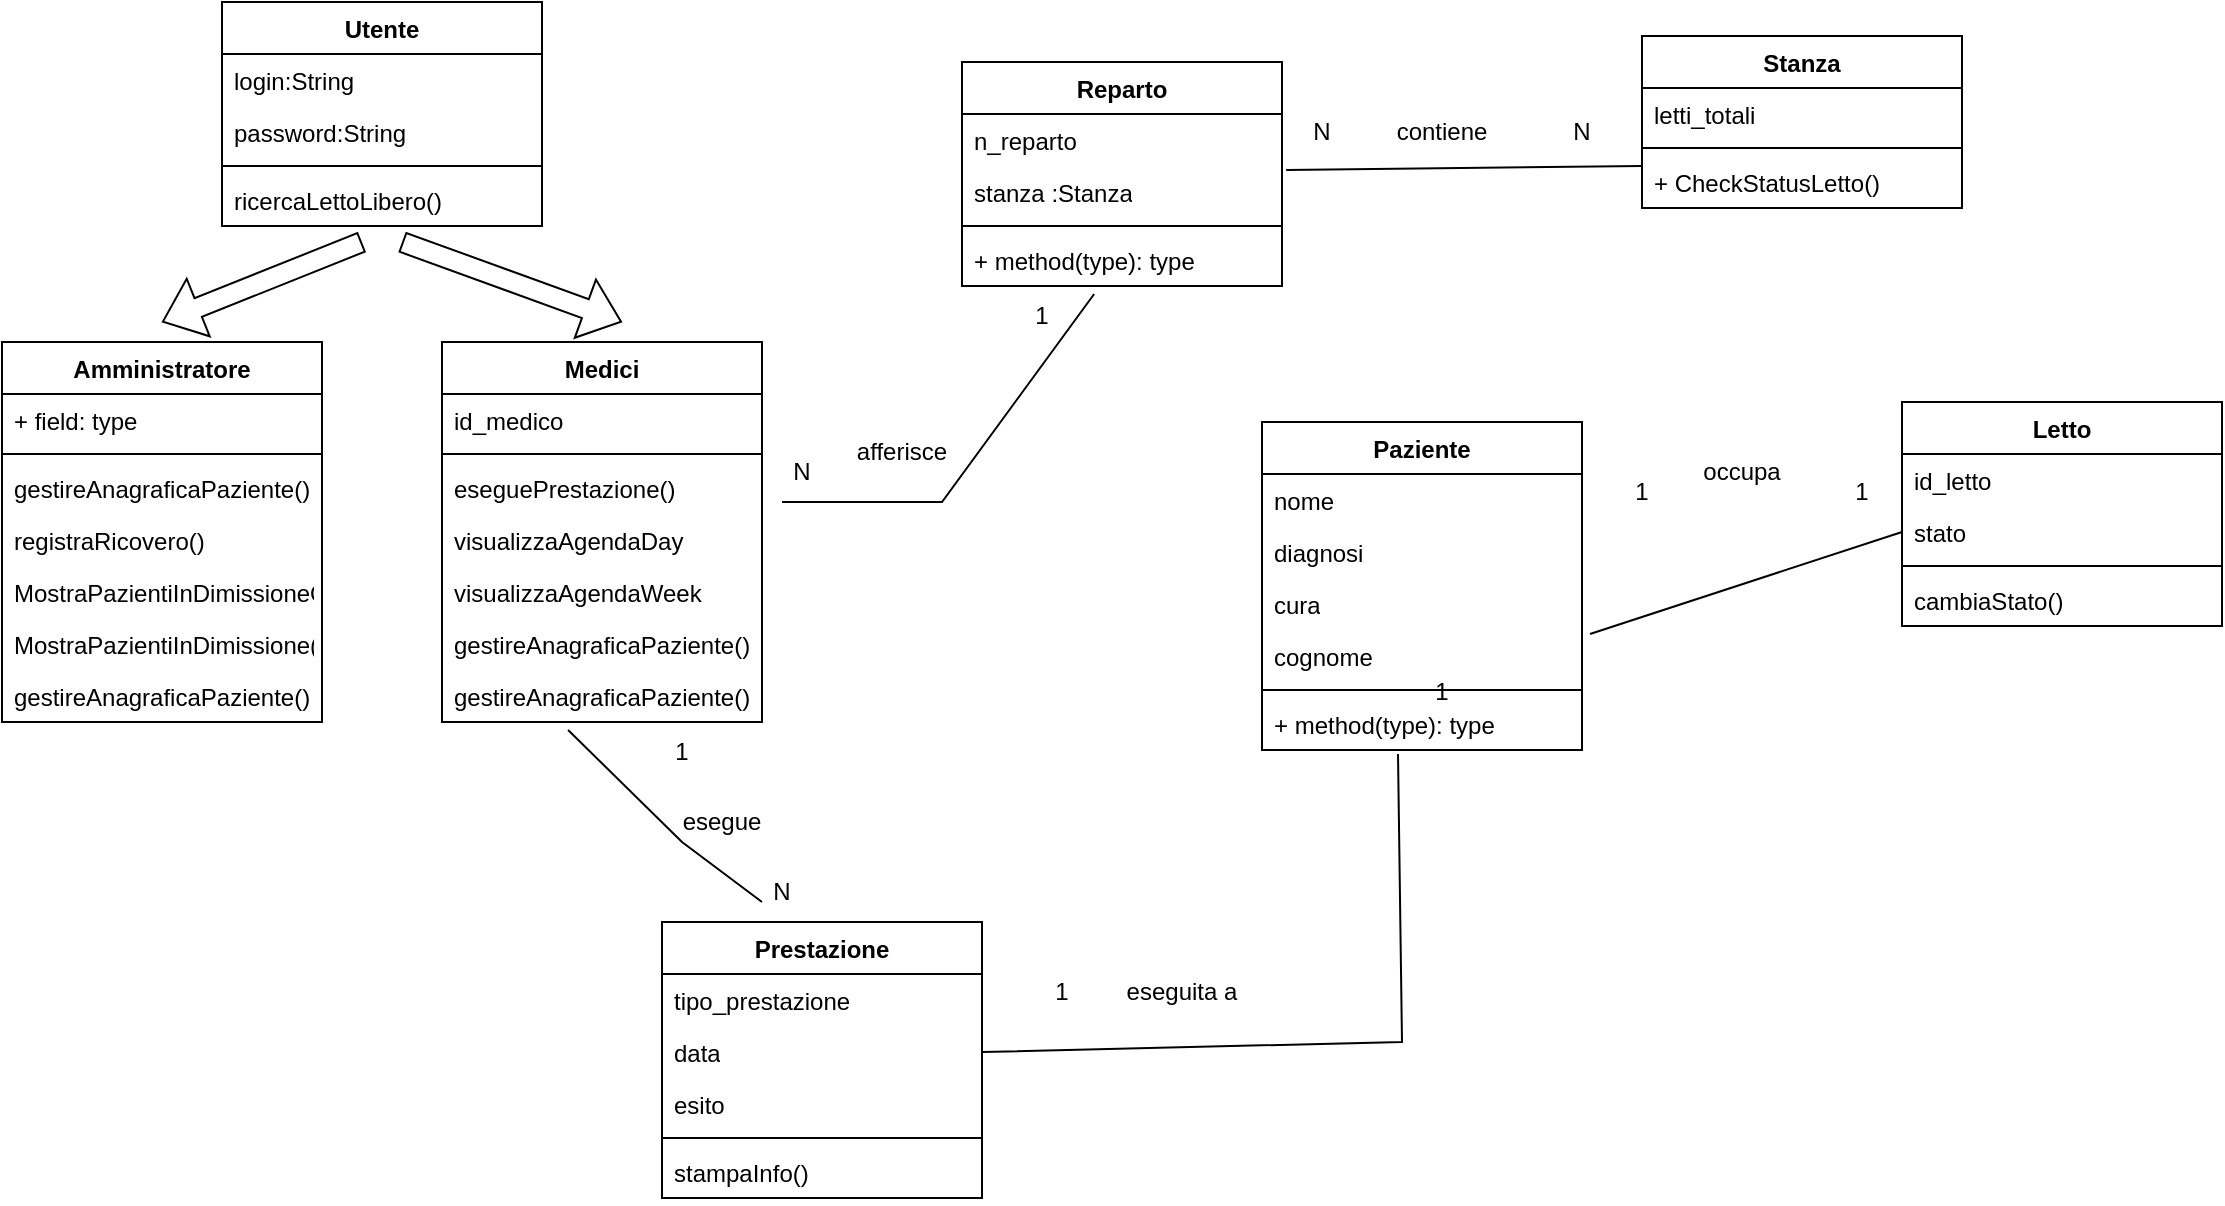
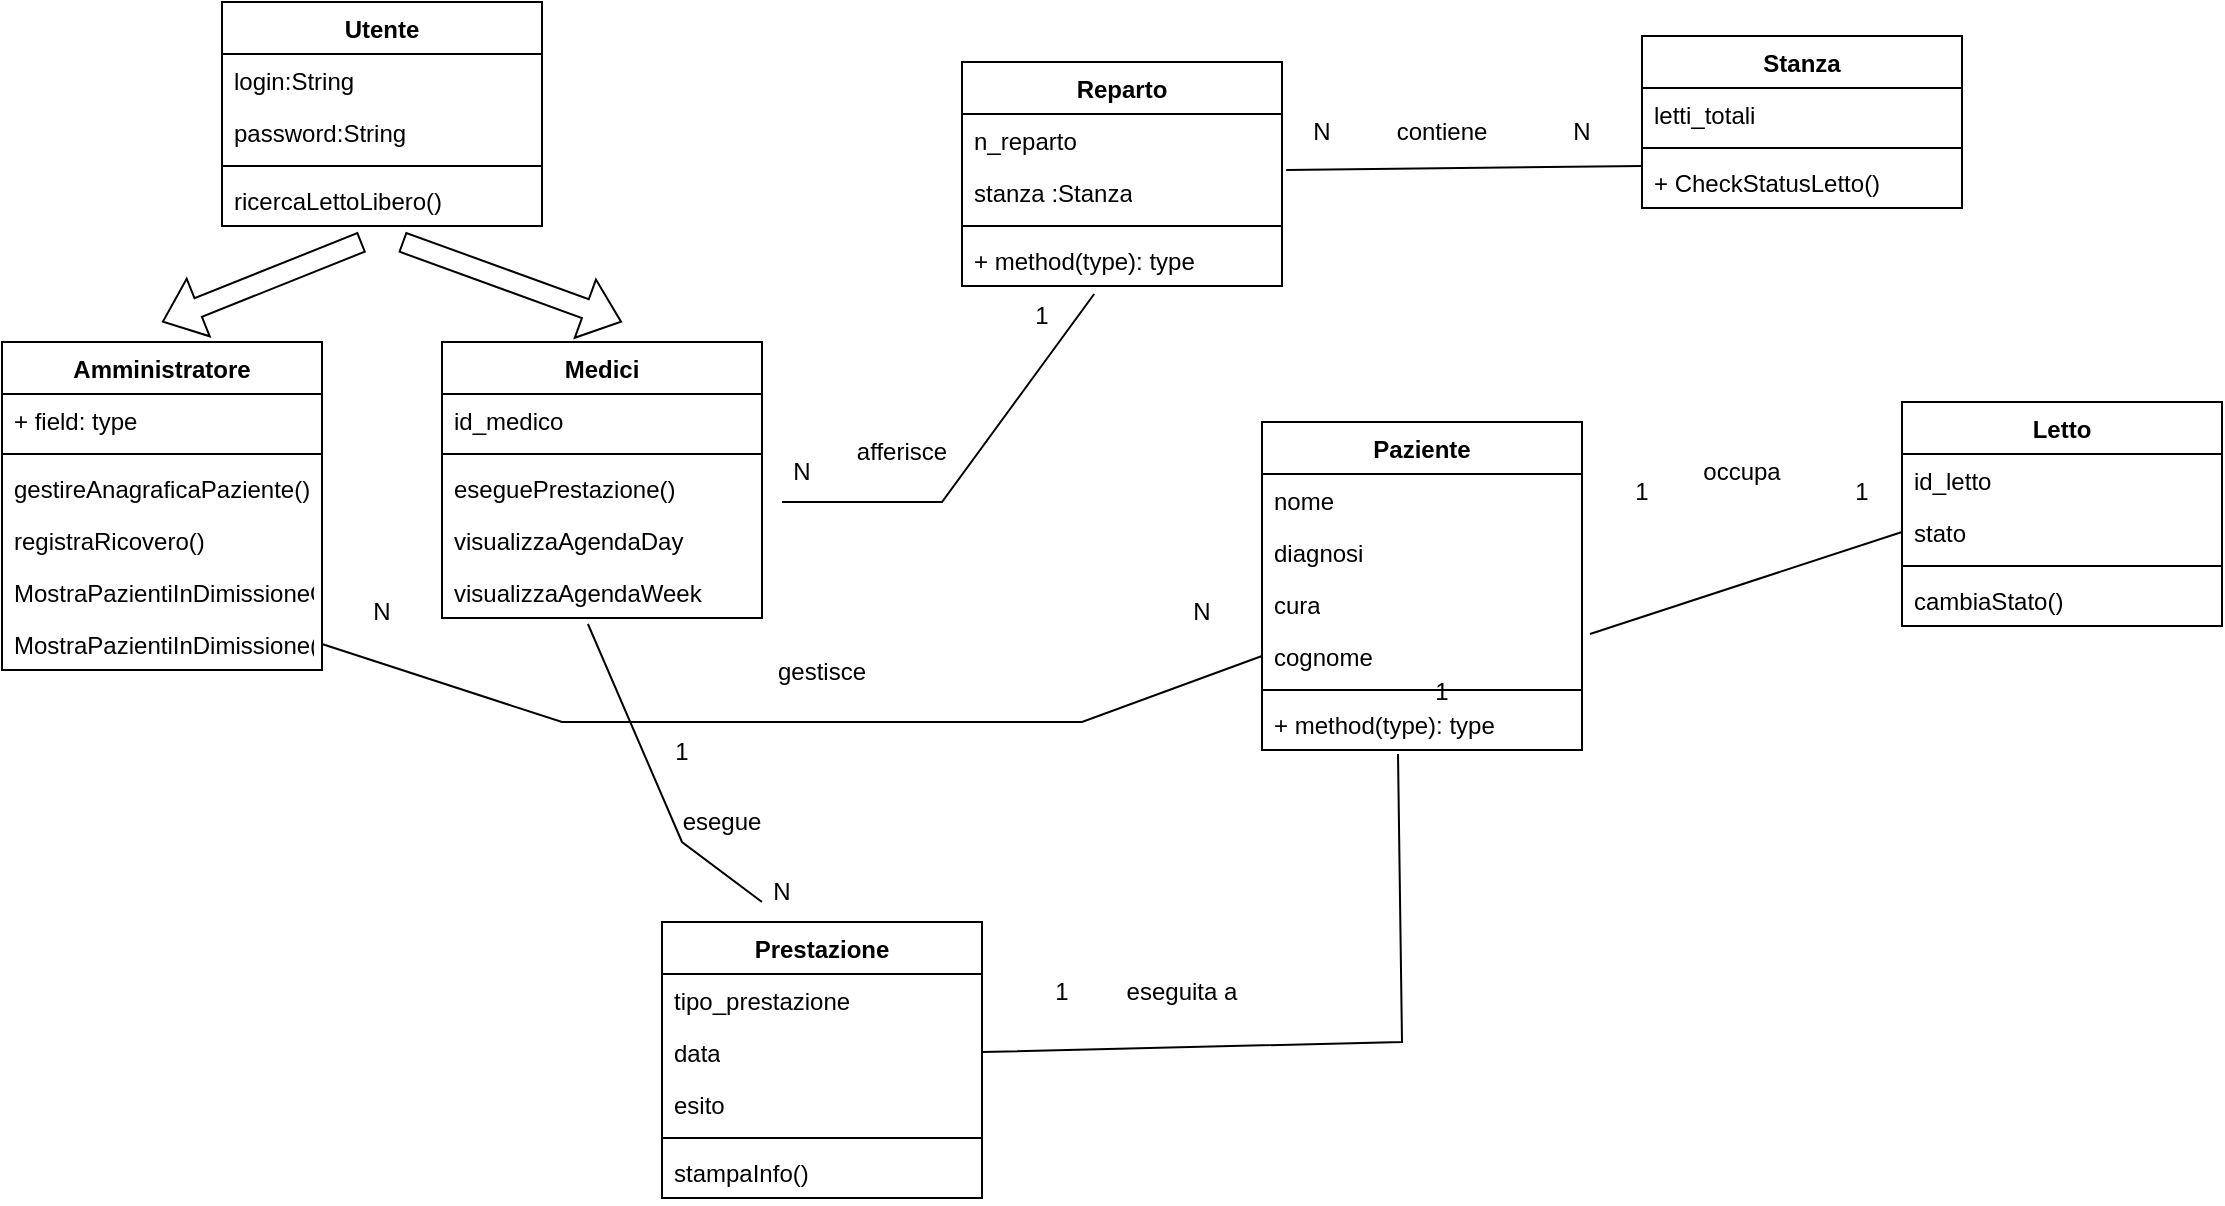
<mxfile host="app.diagrams.net">
  <diagram name="Pagina-1" id="yFg6rTEwfc18b7MsXB0f">
    <mxGraphModel dx="2881" dy="1137" grid="1" gridSize="10" guides="1" tooltips="1" connect="1" arrows="1" fold="1" page="1" pageScale="1" pageWidth="827" pageHeight="1169" math="0" shadow="0">
      <root>
        <mxCell id="0" />
        <mxCell id="1" parent="0" />
        <mxCell id="QUQ0Wh656I_gp6s7Ilzq-1" parent="1" style="swimlane;fontStyle=1;align=center;verticalAlign=top;childLayout=stackLayout;horizontal=1;startSize=26;horizontalStack=0;resizeParent=1;resizeParentMax=0;resizeLast=0;collapsible=1;marginBottom=0;whiteSpace=wrap;html=1;" value="Utente" vertex="1">
          <mxGeometry height="112" width="160" x="-320" y="160" as="geometry" />
        </mxCell>
        <mxCell id="QUQ0Wh656I_gp6s7Ilzq-2" parent="QUQ0Wh656I_gp6s7Ilzq-1" style="text;strokeColor=none;fillColor=none;align=left;verticalAlign=top;spacingLeft=4;spacingRight=4;overflow=hidden;rotatable=0;points=[[0,0.5],[1,0.5]];portConstraint=eastwest;whiteSpace=wrap;html=1;" value="login:String" vertex="1">
          <mxGeometry height="26" width="160" y="26" as="geometry" />
        </mxCell>
        <mxCell id="QUQ0Wh656I_gp6s7Ilzq-29" parent="QUQ0Wh656I_gp6s7Ilzq-1" style="text;strokeColor=none;fillColor=none;align=left;verticalAlign=top;spacingLeft=4;spacingRight=4;overflow=hidden;rotatable=0;points=[[0,0.5],[1,0.5]];portConstraint=eastwest;whiteSpace=wrap;html=1;" value="password:String" vertex="1">
          <mxGeometry height="26" width="160" y="52" as="geometry" />
        </mxCell>
        <mxCell id="QUQ0Wh656I_gp6s7Ilzq-3" parent="QUQ0Wh656I_gp6s7Ilzq-1" style="line;strokeWidth=1;fillColor=none;align=left;verticalAlign=middle;spacingTop=-1;spacingLeft=3;spacingRight=3;rotatable=0;labelPosition=right;points=[];portConstraint=eastwest;strokeColor=inherit;" value="" vertex="1">
          <mxGeometry height="8" width="160" y="78" as="geometry" />
        </mxCell>
        <mxCell id="QUQ0Wh656I_gp6s7Ilzq-4" parent="QUQ0Wh656I_gp6s7Ilzq-1" style="text;strokeColor=none;fillColor=none;align=left;verticalAlign=top;spacingLeft=4;spacingRight=4;overflow=hidden;rotatable=0;points=[[0,0.5],[1,0.5]];portConstraint=eastwest;whiteSpace=wrap;html=1;" value="ricercaLettoLibero()" vertex="1">
          <mxGeometry height="26" width="160" y="86" as="geometry" />
        </mxCell>
        <mxCell id="QUQ0Wh656I_gp6s7Ilzq-5" parent="1" style="swimlane;fontStyle=1;align=center;verticalAlign=top;childLayout=stackLayout;horizontal=1;startSize=26;horizontalStack=0;resizeParent=1;resizeParentMax=0;resizeLast=0;collapsible=1;marginBottom=0;whiteSpace=wrap;html=1;" value="Letto" vertex="1">
          <mxGeometry height="112" width="160" x="520" y="360" as="geometry" />
        </mxCell>
        <mxCell id="QUQ0Wh656I_gp6s7Ilzq-6" parent="QUQ0Wh656I_gp6s7Ilzq-5" style="text;strokeColor=none;fillColor=none;align=left;verticalAlign=top;spacingLeft=4;spacingRight=4;overflow=hidden;rotatable=0;points=[[0,0.5],[1,0.5]];portConstraint=eastwest;whiteSpace=wrap;html=1;" value="id_letto" vertex="1">
          <mxGeometry height="26" width="160" y="26" as="geometry" />
        </mxCell>
        <mxCell id="QUQ0Wh656I_gp6s7Ilzq-71" parent="QUQ0Wh656I_gp6s7Ilzq-5" style="text;strokeColor=none;fillColor=none;align=left;verticalAlign=top;spacingLeft=4;spacingRight=4;overflow=hidden;rotatable=0;points=[[0,0.5],[1,0.5]];portConstraint=eastwest;whiteSpace=wrap;html=1;" value="stato" vertex="1">
          <mxGeometry height="26" width="160" y="52" as="geometry" />
        </mxCell>
        <mxCell id="QUQ0Wh656I_gp6s7Ilzq-7" parent="QUQ0Wh656I_gp6s7Ilzq-5" style="line;strokeWidth=1;fillColor=none;align=left;verticalAlign=middle;spacingTop=-1;spacingLeft=3;spacingRight=3;rotatable=0;labelPosition=right;points=[];portConstraint=eastwest;strokeColor=inherit;" value="" vertex="1">
          <mxGeometry height="8" width="160" y="78" as="geometry" />
        </mxCell>
        <mxCell id="QUQ0Wh656I_gp6s7Ilzq-8" parent="QUQ0Wh656I_gp6s7Ilzq-5" style="text;strokeColor=none;fillColor=none;align=left;verticalAlign=top;spacingLeft=4;spacingRight=4;overflow=hidden;rotatable=0;points=[[0,0.5],[1,0.5]];portConstraint=eastwest;whiteSpace=wrap;html=1;" value="cambiaStato()" vertex="1">
          <mxGeometry height="26" width="160" y="86" as="geometry" />
        </mxCell>
        <mxCell id="QUQ0Wh656I_gp6s7Ilzq-13" parent="1" style="swimlane;fontStyle=1;align=center;verticalAlign=top;childLayout=stackLayout;horizontal=1;startSize=26;horizontalStack=0;resizeParent=1;resizeParentMax=0;resizeLast=0;collapsible=1;marginBottom=0;whiteSpace=wrap;html=1;" value="Stanza" vertex="1">
          <mxGeometry height="86" width="160" x="390" y="177" as="geometry" />
        </mxCell>
        <mxCell id="QUQ0Wh656I_gp6s7Ilzq-14" parent="QUQ0Wh656I_gp6s7Ilzq-13" style="text;strokeColor=none;fillColor=none;align=left;verticalAlign=top;spacingLeft=4;spacingRight=4;overflow=hidden;rotatable=0;points=[[0,0.5],[1,0.5]];portConstraint=eastwest;whiteSpace=wrap;html=1;" value="letti_totali" vertex="1">
          <mxGeometry height="26" width="160" y="26" as="geometry" />
        </mxCell>
        <mxCell id="QUQ0Wh656I_gp6s7Ilzq-15" parent="QUQ0Wh656I_gp6s7Ilzq-13" style="line;strokeWidth=1;fillColor=none;align=left;verticalAlign=middle;spacingTop=-1;spacingLeft=3;spacingRight=3;rotatable=0;labelPosition=right;points=[];portConstraint=eastwest;strokeColor=inherit;" value="" vertex="1">
          <mxGeometry height="8" width="160" y="52" as="geometry" />
        </mxCell>
        <mxCell id="QUQ0Wh656I_gp6s7Ilzq-16" parent="QUQ0Wh656I_gp6s7Ilzq-13" style="text;strokeColor=none;fillColor=none;align=left;verticalAlign=top;spacingLeft=4;spacingRight=4;overflow=hidden;rotatable=0;points=[[0,0.5],[1,0.5]];portConstraint=eastwest;whiteSpace=wrap;html=1;" value="+ CheckStatusLetto()" vertex="1">
          <mxGeometry height="26" width="160" y="60" as="geometry" />
        </mxCell>
        <mxCell id="QUQ0Wh656I_gp6s7Ilzq-17" parent="1" style="swimlane;fontStyle=1;align=center;verticalAlign=top;childLayout=stackLayout;horizontal=1;startSize=26;horizontalStack=0;resizeParent=1;resizeParentMax=0;resizeLast=0;collapsible=1;marginBottom=0;whiteSpace=wrap;html=1;" value="Reparto" vertex="1">
          <mxGeometry height="112" width="160" x="50" y="190" as="geometry" />
        </mxCell>
        <mxCell id="QUQ0Wh656I_gp6s7Ilzq-18" parent="QUQ0Wh656I_gp6s7Ilzq-17" style="text;strokeColor=none;fillColor=none;align=left;verticalAlign=top;spacingLeft=4;spacingRight=4;overflow=hidden;rotatable=0;points=[[0,0.5],[1,0.5]];portConstraint=eastwest;whiteSpace=wrap;html=1;" value="n_reparto" vertex="1">
          <mxGeometry height="26" width="160" y="26" as="geometry" />
        </mxCell>
        <mxCell id="QUQ0Wh656I_gp6s7Ilzq-57" parent="QUQ0Wh656I_gp6s7Ilzq-17" style="text;strokeColor=none;fillColor=none;align=left;verticalAlign=top;spacingLeft=4;spacingRight=4;overflow=hidden;rotatable=0;points=[[0,0.5],[1,0.5]];portConstraint=eastwest;whiteSpace=wrap;html=1;" value="stanza :Stanza" vertex="1">
          <mxGeometry height="26" width="160" y="52" as="geometry" />
        </mxCell>
        <mxCell id="QUQ0Wh656I_gp6s7Ilzq-19" parent="QUQ0Wh656I_gp6s7Ilzq-17" style="line;strokeWidth=1;fillColor=none;align=left;verticalAlign=middle;spacingTop=-1;spacingLeft=3;spacingRight=3;rotatable=0;labelPosition=right;points=[];portConstraint=eastwest;strokeColor=inherit;" value="" vertex="1">
          <mxGeometry height="8" width="160" y="78" as="geometry" />
        </mxCell>
        <mxCell id="QUQ0Wh656I_gp6s7Ilzq-20" parent="QUQ0Wh656I_gp6s7Ilzq-17" style="text;strokeColor=none;fillColor=none;align=left;verticalAlign=top;spacingLeft=4;spacingRight=4;overflow=hidden;rotatable=0;points=[[0,0.5],[1,0.5]];portConstraint=eastwest;whiteSpace=wrap;html=1;" value="+ method(type): type" vertex="1">
          <mxGeometry height="26" width="160" y="86" as="geometry" />
        </mxCell>
        <mxCell id="QUQ0Wh656I_gp6s7Ilzq-21" parent="1" style="swimlane;fontStyle=1;align=center;verticalAlign=top;childLayout=stackLayout;horizontal=1;startSize=26;horizontalStack=0;resizeParent=1;resizeParentMax=0;resizeLast=0;collapsible=1;marginBottom=0;whiteSpace=wrap;html=1;" value="Amministratore" vertex="1">
-           <mxGeometry height="190" width="160" x="-430" y="330" as="geometry" />
+           <mxGeometry height="164" width="160" x="-430" y="330" as="geometry" />
        </mxCell>
        <mxCell id="QUQ0Wh656I_gp6s7Ilzq-22" parent="QUQ0Wh656I_gp6s7Ilzq-21" style="text;strokeColor=none;fillColor=none;align=left;verticalAlign=top;spacingLeft=4;spacingRight=4;overflow=hidden;rotatable=0;points=[[0,0.5],[1,0.5]];portConstraint=eastwest;whiteSpace=wrap;html=1;" value="+ field: type" vertex="1">
          <mxGeometry height="26" width="160" y="26" as="geometry" />
        </mxCell>
        <mxCell id="QUQ0Wh656I_gp6s7Ilzq-23" parent="QUQ0Wh656I_gp6s7Ilzq-21" style="line;strokeWidth=1;fillColor=none;align=left;verticalAlign=middle;spacingTop=-1;spacingLeft=3;spacingRight=3;rotatable=0;labelPosition=right;points=[];portConstraint=eastwest;strokeColor=inherit;" value="" vertex="1">
          <mxGeometry height="8" width="160" y="52" as="geometry" />
        </mxCell>
        <mxCell id="QUQ0Wh656I_gp6s7Ilzq-24" parent="QUQ0Wh656I_gp6s7Ilzq-21" style="text;strokeColor=none;fillColor=none;align=left;verticalAlign=top;spacingLeft=4;spacingRight=4;overflow=hidden;rotatable=0;points=[[0,0.5],[1,0.5]];portConstraint=eastwest;whiteSpace=wrap;html=1;" value="gestireAnagraficaPaziente()" vertex="1">
          <mxGeometry height="26" width="160" y="60" as="geometry" />
        </mxCell>
        <mxCell id="QUQ0Wh656I_gp6s7Ilzq-39" parent="QUQ0Wh656I_gp6s7Ilzq-21" style="text;strokeColor=none;fillColor=none;align=left;verticalAlign=top;spacingLeft=4;spacingRight=4;overflow=hidden;rotatable=0;points=[[0,0.5],[1,0.5]];portConstraint=eastwest;whiteSpace=wrap;html=1;" value="registraRicovero()" vertex="1">
          <mxGeometry height="26" width="160" y="86" as="geometry" />
        </mxCell>
        <mxCell id="QUQ0Wh656I_gp6s7Ilzq-40" parent="QUQ0Wh656I_gp6s7Ilzq-21" style="text;strokeColor=none;fillColor=none;align=left;verticalAlign=top;spacingLeft=4;spacingRight=4;overflow=hidden;rotatable=0;points=[[0,0.5],[1,0.5]];portConstraint=eastwest;whiteSpace=wrap;html=1;" value="MostraPazientiInDimissioneOggi()" vertex="1">
          <mxGeometry height="26" width="160" y="112" as="geometry" />
        </mxCell>
        <mxCell id="QUQ0Wh656I_gp6s7Ilzq-41" parent="QUQ0Wh656I_gp6s7Ilzq-21" style="text;strokeColor=none;fillColor=none;align=left;verticalAlign=top;spacingLeft=4;spacingRight=4;overflow=hidden;rotatable=0;points=[[0,0.5],[1,0.5]];portConstraint=eastwest;whiteSpace=wrap;html=1;" value="MostraPazientiInDimissione()" vertex="1">
          <mxGeometry height="26" width="160" y="138" as="geometry" />
        </mxCell>
-         <mxCell id="QUQ0Wh656I_gp6s7Ilzq-42" parent="QUQ0Wh656I_gp6s7Ilzq-21" style="text;strokeColor=none;fillColor=none;align=left;verticalAlign=top;spacingLeft=4;spacingRight=4;overflow=hidden;rotatable=0;points=[[0,0.5],[1,0.5]];portConstraint=eastwest;whiteSpace=wrap;html=1;" value="gestireAnagraficaPaziente()" vertex="1">
-           <mxGeometry height="26" width="160" y="164" as="geometry" />
-         </mxCell>
        <mxCell id="QUQ0Wh656I_gp6s7Ilzq-31" edge="1" parent="1" style="shape=flexArrow;endArrow=classic;html=1;rounded=0;" value="">
          <mxGeometry height="50" relative="1" width="50" as="geometry">
            <mxPoint x="-250" y="280" as="sourcePoint" />
            <mxPoint x="-350" y="320" as="targetPoint" />
          </mxGeometry>
        </mxCell>
        <mxCell id="QUQ0Wh656I_gp6s7Ilzq-32" edge="1" parent="1" style="shape=flexArrow;endArrow=classic;html=1;rounded=0;" value="">
          <mxGeometry height="50" relative="1" width="50" as="geometry">
            <mxPoint x="-230" y="280" as="sourcePoint" />
            <mxPoint x="-120" y="320" as="targetPoint" />
          </mxGeometry>
        </mxCell>
        <mxCell id="QUQ0Wh656I_gp6s7Ilzq-43" parent="1" style="swimlane;fontStyle=1;align=center;verticalAlign=top;childLayout=stackLayout;horizontal=1;startSize=26;horizontalStack=0;resizeParent=1;resizeParentMax=0;resizeLast=0;collapsible=1;marginBottom=0;whiteSpace=wrap;html=1;" value="Medici" vertex="1">
-           <mxGeometry height="190" width="160" x="-210" y="330" as="geometry" />
+           <mxGeometry height="138" width="160" x="-210" y="330" as="geometry" />
        </mxCell>
        <mxCell id="QUQ0Wh656I_gp6s7Ilzq-44" parent="QUQ0Wh656I_gp6s7Ilzq-43" style="text;strokeColor=none;fillColor=none;align=left;verticalAlign=top;spacingLeft=4;spacingRight=4;overflow=hidden;rotatable=0;points=[[0,0.5],[1,0.5]];portConstraint=eastwest;whiteSpace=wrap;html=1;" value="id_medico" vertex="1">
          <mxGeometry height="26" width="160" y="26" as="geometry" />
        </mxCell>
        <mxCell id="QUQ0Wh656I_gp6s7Ilzq-45" parent="QUQ0Wh656I_gp6s7Ilzq-43" style="line;strokeWidth=1;fillColor=none;align=left;verticalAlign=middle;spacingTop=-1;spacingLeft=3;spacingRight=3;rotatable=0;labelPosition=right;points=[];portConstraint=eastwest;strokeColor=inherit;" value="" vertex="1">
          <mxGeometry height="8" width="160" y="52" as="geometry" />
        </mxCell>
        <mxCell id="QUQ0Wh656I_gp6s7Ilzq-46" parent="QUQ0Wh656I_gp6s7Ilzq-43" style="text;strokeColor=none;fillColor=none;align=left;verticalAlign=top;spacingLeft=4;spacingRight=4;overflow=hidden;rotatable=0;points=[[0,0.5],[1,0.5]];portConstraint=eastwest;whiteSpace=wrap;html=1;" value="eseguePrestazione()" vertex="1">
          <mxGeometry height="26" width="160" y="60" as="geometry" />
        </mxCell>
        <mxCell id="QUQ0Wh656I_gp6s7Ilzq-47" parent="QUQ0Wh656I_gp6s7Ilzq-43" style="text;strokeColor=none;fillColor=none;align=left;verticalAlign=top;spacingLeft=4;spacingRight=4;overflow=hidden;rotatable=0;points=[[0,0.5],[1,0.5]];portConstraint=eastwest;whiteSpace=wrap;html=1;" value="visualizzaAgendaDay" vertex="1">
          <mxGeometry height="26" width="160" y="86" as="geometry" />
        </mxCell>
        <mxCell id="QUQ0Wh656I_gp6s7Ilzq-48" parent="QUQ0Wh656I_gp6s7Ilzq-43" style="text;strokeColor=none;fillColor=none;align=left;verticalAlign=top;spacingLeft=4;spacingRight=4;overflow=hidden;rotatable=0;points=[[0,0.5],[1,0.5]];portConstraint=eastwest;whiteSpace=wrap;html=1;" value="visualizzaAgendaWeek" vertex="1">
          <mxGeometry height="26" width="160" y="112" as="geometry" />
        </mxCell>
-         <mxCell id="QUQ0Wh656I_gp6s7Ilzq-49" parent="QUQ0Wh656I_gp6s7Ilzq-43" style="text;strokeColor=none;fillColor=none;align=left;verticalAlign=top;spacingLeft=4;spacingRight=4;overflow=hidden;rotatable=0;points=[[0,0.5],[1,0.5]];portConstraint=eastwest;whiteSpace=wrap;html=1;" value="gestireAnagraficaPaziente()" vertex="1">
-           <mxGeometry height="26" width="160" y="138" as="geometry" />
-         </mxCell>
-         <mxCell id="QUQ0Wh656I_gp6s7Ilzq-50" parent="QUQ0Wh656I_gp6s7Ilzq-43" style="text;strokeColor=none;fillColor=none;align=left;verticalAlign=top;spacingLeft=4;spacingRight=4;overflow=hidden;rotatable=0;points=[[0,0.5],[1,0.5]];portConstraint=eastwest;whiteSpace=wrap;html=1;" value="gestireAnagraficaPaziente()" vertex="1">
-           <mxGeometry height="26" width="160" y="164" as="geometry" />
-         </mxCell>
        <mxCell id="QUQ0Wh656I_gp6s7Ilzq-52" parent="1" style="swimlane;fontStyle=1;align=center;verticalAlign=top;childLayout=stackLayout;horizontal=1;startSize=26;horizontalStack=0;resizeParent=1;resizeParentMax=0;resizeLast=0;collapsible=1;marginBottom=0;whiteSpace=wrap;html=1;" value="Paziente" vertex="1">
          <mxGeometry height="164" width="160" x="200" y="370" as="geometry" />
        </mxCell>
        <mxCell id="QUQ0Wh656I_gp6s7Ilzq-91" parent="QUQ0Wh656I_gp6s7Ilzq-52" style="text;strokeColor=none;fillColor=none;align=left;verticalAlign=top;spacingLeft=4;spacingRight=4;overflow=hidden;rotatable=0;points=[[0,0.5],[1,0.5]];portConstraint=eastwest;whiteSpace=wrap;html=1;" value="nome" vertex="1">
          <mxGeometry height="26" width="160" y="26" as="geometry" />
        </mxCell>
        <mxCell id="QUQ0Wh656I_gp6s7Ilzq-92" parent="QUQ0Wh656I_gp6s7Ilzq-52" style="text;strokeColor=none;fillColor=none;align=left;verticalAlign=top;spacingLeft=4;spacingRight=4;overflow=hidden;rotatable=0;points=[[0,0.5],[1,0.5]];portConstraint=eastwest;whiteSpace=wrap;html=1;" value="diagnosi" vertex="1">
          <mxGeometry height="26" width="160" y="52" as="geometry" />
        </mxCell>
        <mxCell id="QUQ0Wh656I_gp6s7Ilzq-53" parent="QUQ0Wh656I_gp6s7Ilzq-52" style="text;strokeColor=none;fillColor=none;align=left;verticalAlign=top;spacingLeft=4;spacingRight=4;overflow=hidden;rotatable=0;points=[[0,0.5],[1,0.5]];portConstraint=eastwest;whiteSpace=wrap;html=1;" value="cura" vertex="1">
          <mxGeometry height="26" width="160" y="78" as="geometry" />
        </mxCell>
        <mxCell id="QUQ0Wh656I_gp6s7Ilzq-54" parent="QUQ0Wh656I_gp6s7Ilzq-52" style="text;strokeColor=none;fillColor=none;align=left;verticalAlign=top;spacingLeft=4;spacingRight=4;overflow=hidden;rotatable=0;points=[[0,0.5],[1,0.5]];portConstraint=eastwest;whiteSpace=wrap;html=1;" value="cognome" vertex="1">
          <mxGeometry height="26" width="160" y="104" as="geometry" />
        </mxCell>
        <mxCell id="QUQ0Wh656I_gp6s7Ilzq-55" parent="QUQ0Wh656I_gp6s7Ilzq-52" style="line;strokeWidth=1;fillColor=none;align=left;verticalAlign=middle;spacingTop=-1;spacingLeft=3;spacingRight=3;rotatable=0;labelPosition=right;points=[];portConstraint=eastwest;strokeColor=inherit;" value="" vertex="1">
          <mxGeometry height="8" width="160" y="130" as="geometry" />
        </mxCell>
        <mxCell id="QUQ0Wh656I_gp6s7Ilzq-56" parent="QUQ0Wh656I_gp6s7Ilzq-52" style="text;strokeColor=none;fillColor=none;align=left;verticalAlign=top;spacingLeft=4;spacingRight=4;overflow=hidden;rotatable=0;points=[[0,0.5],[1,0.5]];portConstraint=eastwest;whiteSpace=wrap;html=1;" value="+ method(type): type" vertex="1">
          <mxGeometry height="26" width="160" y="138" as="geometry" />
        </mxCell>
        <mxCell id="QUQ0Wh656I_gp6s7Ilzq-62" edge="1" parent="1" style="endArrow=none;html=1;rounded=0;entryX=0.413;entryY=1.154;entryDx=0;entryDy=0;entryPerimeter=0;" target="QUQ0Wh656I_gp6s7Ilzq-20" value="">
          <mxGeometry height="50" relative="1" width="50" as="geometry">
            <Array as="points">
              <mxPoint x="40" y="410" />
            </Array>
            <mxPoint x="-40" y="410" as="sourcePoint" />
            <mxPoint x="40" y="260" as="targetPoint" />
          </mxGeometry>
        </mxCell>
        <mxCell id="QUQ0Wh656I_gp6s7Ilzq-63" parent="1" style="text;html=1;whiteSpace=wrap;strokeColor=none;fillColor=none;align=center;verticalAlign=middle;rounded=0;" value="afferisce" vertex="1">
          <mxGeometry height="30" width="60" x="-10" y="370" as="geometry" />
        </mxCell>
        <mxCell id="QUQ0Wh656I_gp6s7Ilzq-64" parent="1" style="text;html=1;whiteSpace=wrap;strokeColor=none;fillColor=none;align=center;verticalAlign=middle;rounded=0;" value="N" vertex="1">
          <mxGeometry height="30" width="60" x="-60" y="380" as="geometry" />
        </mxCell>
        <mxCell id="QUQ0Wh656I_gp6s7Ilzq-66" parent="1" style="text;html=1;whiteSpace=wrap;strokeColor=none;fillColor=none;align=center;verticalAlign=middle;rounded=0;" value="1" vertex="1">
          <mxGeometry height="30" width="60" x="60" y="302" as="geometry" />
        </mxCell>
        <mxCell id="QUQ0Wh656I_gp6s7Ilzq-67" edge="1" parent="1" source="QUQ0Wh656I_gp6s7Ilzq-57" style="endArrow=none;html=1;rounded=0;exitX=1.013;exitY=0.077;exitDx=0;exitDy=0;exitPerimeter=0;entryX=0;entryY=0.5;entryDx=0;entryDy=0;" value="">
          <mxGeometry height="50" relative="1" width="50" as="geometry">
            <mxPoint x="390" y="610" as="sourcePoint" />
            <mxPoint x="390" y="242" as="targetPoint" />
          </mxGeometry>
        </mxCell>
        <mxCell id="QUQ0Wh656I_gp6s7Ilzq-68" parent="1" style="text;html=1;whiteSpace=wrap;strokeColor=none;fillColor=none;align=center;verticalAlign=middle;rounded=0;" value="contiene" vertex="1">
          <mxGeometry height="30" width="60" x="260" y="210" as="geometry" />
        </mxCell>
        <mxCell id="QUQ0Wh656I_gp6s7Ilzq-69" parent="1" style="text;html=1;whiteSpace=wrap;strokeColor=none;fillColor=none;align=center;verticalAlign=middle;rounded=0;" value="N" vertex="1">
          <mxGeometry height="30" width="60" x="200" y="210" as="geometry" />
        </mxCell>
        <mxCell id="QUQ0Wh656I_gp6s7Ilzq-70" parent="1" style="text;html=1;whiteSpace=wrap;strokeColor=none;fillColor=none;align=center;verticalAlign=middle;rounded=0;" value="N" vertex="1">
          <mxGeometry height="30" width="60" x="330" y="210" as="geometry" />
        </mxCell>
        <mxCell id="QUQ0Wh656I_gp6s7Ilzq-72" parent="1" style="swimlane;fontStyle=1;align=center;verticalAlign=top;childLayout=stackLayout;horizontal=1;startSize=26;horizontalStack=0;resizeParent=1;resizeParentMax=0;resizeLast=0;collapsible=1;marginBottom=0;whiteSpace=wrap;html=1;" value="Prestazione" vertex="1">
          <mxGeometry height="138" width="160" x="-100" y="620" as="geometry" />
        </mxCell>
        <mxCell id="QUQ0Wh656I_gp6s7Ilzq-73" parent="QUQ0Wh656I_gp6s7Ilzq-72" style="text;strokeColor=none;fillColor=none;align=left;verticalAlign=top;spacingLeft=4;spacingRight=4;overflow=hidden;rotatable=0;points=[[0,0.5],[1,0.5]];portConstraint=eastwest;whiteSpace=wrap;html=1;" value="tipo_prestazione" vertex="1">
          <mxGeometry height="26" width="160" y="26" as="geometry" />
        </mxCell>
        <mxCell id="QUQ0Wh656I_gp6s7Ilzq-74" parent="QUQ0Wh656I_gp6s7Ilzq-72" style="text;strokeColor=none;fillColor=none;align=left;verticalAlign=top;spacingLeft=4;spacingRight=4;overflow=hidden;rotatable=0;points=[[0,0.5],[1,0.5]];portConstraint=eastwest;whiteSpace=wrap;html=1;" value="data" vertex="1">
          <mxGeometry height="26" width="160" y="52" as="geometry" />
        </mxCell>
        <mxCell id="QUQ0Wh656I_gp6s7Ilzq-82" parent="QUQ0Wh656I_gp6s7Ilzq-72" style="text;strokeColor=none;fillColor=none;align=left;verticalAlign=top;spacingLeft=4;spacingRight=4;overflow=hidden;rotatable=0;points=[[0,0.5],[1,0.5]];portConstraint=eastwest;whiteSpace=wrap;html=1;" value="esito" vertex="1">
          <mxGeometry height="26" width="160" y="78" as="geometry" />
        </mxCell>
        <mxCell id="QUQ0Wh656I_gp6s7Ilzq-75" parent="QUQ0Wh656I_gp6s7Ilzq-72" style="line;strokeWidth=1;fillColor=none;align=left;verticalAlign=middle;spacingTop=-1;spacingLeft=3;spacingRight=3;rotatable=0;labelPosition=right;points=[];portConstraint=eastwest;strokeColor=inherit;" value="" vertex="1">
          <mxGeometry height="8" width="160" y="104" as="geometry" />
        </mxCell>
        <mxCell id="QUQ0Wh656I_gp6s7Ilzq-76" parent="QUQ0Wh656I_gp6s7Ilzq-72" style="text;strokeColor=none;fillColor=none;align=left;verticalAlign=top;spacingLeft=4;spacingRight=4;overflow=hidden;rotatable=0;points=[[0,0.5],[1,0.5]];portConstraint=eastwest;whiteSpace=wrap;html=1;" value="stampaInfo()" vertex="1">
          <mxGeometry height="26" width="160" y="112" as="geometry" />
        </mxCell>
        <mxCell id="QUQ0Wh656I_gp6s7Ilzq-77" parent="1" style="text;html=1;whiteSpace=wrap;strokeColor=none;fillColor=none;align=center;verticalAlign=middle;rounded=0;" value="esegue" vertex="1">
          <mxGeometry height="30" width="60" x="-100" y="555" as="geometry" />
        </mxCell>
-         <mxCell id="QUQ0Wh656I_gp6s7Ilzq-78" edge="1" parent="1" style="endArrow=none;html=1;rounded=0;entryX=0.394;entryY=1.154;entryDx=0;entryDy=0;entryPerimeter=0;" target="QUQ0Wh656I_gp6s7Ilzq-50" value="">
+         <mxCell id="QUQ0Wh656I_gp6s7Ilzq-78" edge="1" parent="1" style="endArrow=none;html=1;rounded=0;entryX=0.456;entryY=1.115;entryDx=0;entryDy=0;entryPerimeter=0;" target="QUQ0Wh656I_gp6s7Ilzq-48" value="">
          <mxGeometry height="50" relative="1" width="50" as="geometry">
            <Array as="points">
              <mxPoint x="-90" y="580" />
            </Array>
            <mxPoint x="-50" y="610" as="sourcePoint" />
-             <mxPoint x="-180" y="570" as="targetPoint" />
+             <mxPoint x="-146.96000000000004" y="524.0039999999999" as="targetPoint" />
          </mxGeometry>
        </mxCell>
        <mxCell id="QUQ0Wh656I_gp6s7Ilzq-80" parent="1" style="text;html=1;whiteSpace=wrap;strokeColor=none;fillColor=none;align=center;verticalAlign=middle;rounded=0;" value="1" vertex="1">
          <mxGeometry height="30" width="60" x="-120" y="520" as="geometry" />
        </mxCell>
        <mxCell id="QUQ0Wh656I_gp6s7Ilzq-81" parent="1" style="text;html=1;whiteSpace=wrap;strokeColor=none;fillColor=none;align=center;verticalAlign=middle;rounded=0;" value="N" vertex="1">
          <mxGeometry height="30" width="60" x="-70" y="590" as="geometry" />
        </mxCell>
        <mxCell id="QUQ0Wh656I_gp6s7Ilzq-83" edge="1" parent="1" source="QUQ0Wh656I_gp6s7Ilzq-74" style="endArrow=none;html=1;rounded=0;exitX=1;exitY=0.5;exitDx=0;exitDy=0;entryX=0.425;entryY=1.077;entryDx=0;entryDy=0;entryPerimeter=0;" target="QUQ0Wh656I_gp6s7Ilzq-56" value="">
          <mxGeometry height="50" relative="1" width="50" as="geometry">
            <Array as="points">
              <mxPoint x="270" y="680" />
            </Array>
            <mxPoint x="90" y="710" as="sourcePoint" />
            <mxPoint x="140" y="660" as="targetPoint" />
          </mxGeometry>
        </mxCell>
        <mxCell id="QUQ0Wh656I_gp6s7Ilzq-84" parent="1" style="text;html=1;whiteSpace=wrap;strokeColor=none;fillColor=none;align=center;verticalAlign=middle;rounded=0;" value="eseguita a" vertex="1">
          <mxGeometry height="30" width="60" x="130" y="640" as="geometry" />
        </mxCell>
        <mxCell id="QUQ0Wh656I_gp6s7Ilzq-85" parent="1" style="text;html=1;whiteSpace=wrap;strokeColor=none;fillColor=none;align=center;verticalAlign=middle;rounded=0;" value="1" vertex="1">
          <mxGeometry height="30" width="60" x="70" y="640" as="geometry" />
        </mxCell>
        <mxCell id="QUQ0Wh656I_gp6s7Ilzq-86" parent="1" style="text;html=1;whiteSpace=wrap;strokeColor=none;fillColor=none;align=center;verticalAlign=middle;rounded=0;" value="1" vertex="1">
          <mxGeometry height="30" width="60" x="260" y="490" as="geometry" />
        </mxCell>
        <mxCell id="QUQ0Wh656I_gp6s7Ilzq-87" edge="1" parent="1" source="QUQ0Wh656I_gp6s7Ilzq-53" style="endArrow=none;html=1;rounded=0;exitX=1.025;exitY=1.077;exitDx=0;exitDy=0;exitPerimeter=0;entryX=0;entryY=0.5;entryDx=0;entryDy=0;" target="QUQ0Wh656I_gp6s7Ilzq-71" value="">
          <mxGeometry height="50" relative="1" width="50" as="geometry">
            <mxPoint x="410" y="460" as="sourcePoint" />
            <mxPoint x="460" y="410" as="targetPoint" />
          </mxGeometry>
        </mxCell>
        <mxCell id="QUQ0Wh656I_gp6s7Ilzq-88" parent="1" style="text;html=1;whiteSpace=wrap;strokeColor=none;fillColor=none;align=center;verticalAlign=middle;rounded=0;" value="occupa" vertex="1">
          <mxGeometry height="30" width="60" x="410" y="380" as="geometry" />
        </mxCell>
        <mxCell id="QUQ0Wh656I_gp6s7Ilzq-89" parent="1" style="text;html=1;whiteSpace=wrap;strokeColor=none;fillColor=none;align=center;verticalAlign=middle;rounded=0;" value="1" vertex="1">
          <mxGeometry height="30" width="60" x="360" y="390" as="geometry" />
        </mxCell>
        <mxCell id="QUQ0Wh656I_gp6s7Ilzq-90" parent="1" style="text;html=1;whiteSpace=wrap;strokeColor=none;fillColor=none;align=center;verticalAlign=middle;rounded=0;" value="1" vertex="1">
          <mxGeometry height="30" width="60" x="470" y="390" as="geometry" />
+         </mxCell>
+         <mxCell id="QUQ0Wh656I_gp6s7Ilzq-93" edge="1" parent="1" source="QUQ0Wh656I_gp6s7Ilzq-41" style="endArrow=none;html=1;rounded=0;entryX=0;entryY=0.5;entryDx=0;entryDy=0;exitX=1;exitY=0.5;exitDx=0;exitDy=0;" target="QUQ0Wh656I_gp6s7Ilzq-54" value="">
+           <mxGeometry height="50" relative="1" width="50" as="geometry">
+             <Array as="points">
+               <mxPoint x="-150" y="520" />
+               <mxPoint x="-20" y="520" />
+               <mxPoint x="110" y="520" />
+             </Array>
+             <mxPoint x="-210" y="580" as="sourcePoint" />
+             <mxPoint x="-160" y="530" as="targetPoint" />
+           </mxGeometry>
+         </mxCell>
+         <mxCell id="QUQ0Wh656I_gp6s7Ilzq-94" parent="1" style="text;html=1;whiteSpace=wrap;strokeColor=none;fillColor=none;align=center;verticalAlign=middle;rounded=0;" value="gestisce" vertex="1">
+           <mxGeometry height="30" width="60" x="-50" y="480" as="geometry" />
+         </mxCell>
+         <mxCell id="QUQ0Wh656I_gp6s7Ilzq-95" parent="1" style="text;html=1;whiteSpace=wrap;strokeColor=none;fillColor=none;align=center;verticalAlign=middle;rounded=0;" value="N" vertex="1">
+           <mxGeometry height="30" width="60" x="-270" y="450" as="geometry" />
+         </mxCell>
+         <mxCell id="QUQ0Wh656I_gp6s7Ilzq-96" parent="1" style="text;html=1;whiteSpace=wrap;strokeColor=none;fillColor=none;align=center;verticalAlign=middle;rounded=0;" value="N" vertex="1">
+           <mxGeometry height="30" width="60" x="140" y="450" as="geometry" />
        </mxCell>
      </root>
    </mxGraphModel>
  </diagram>
</mxfile>
